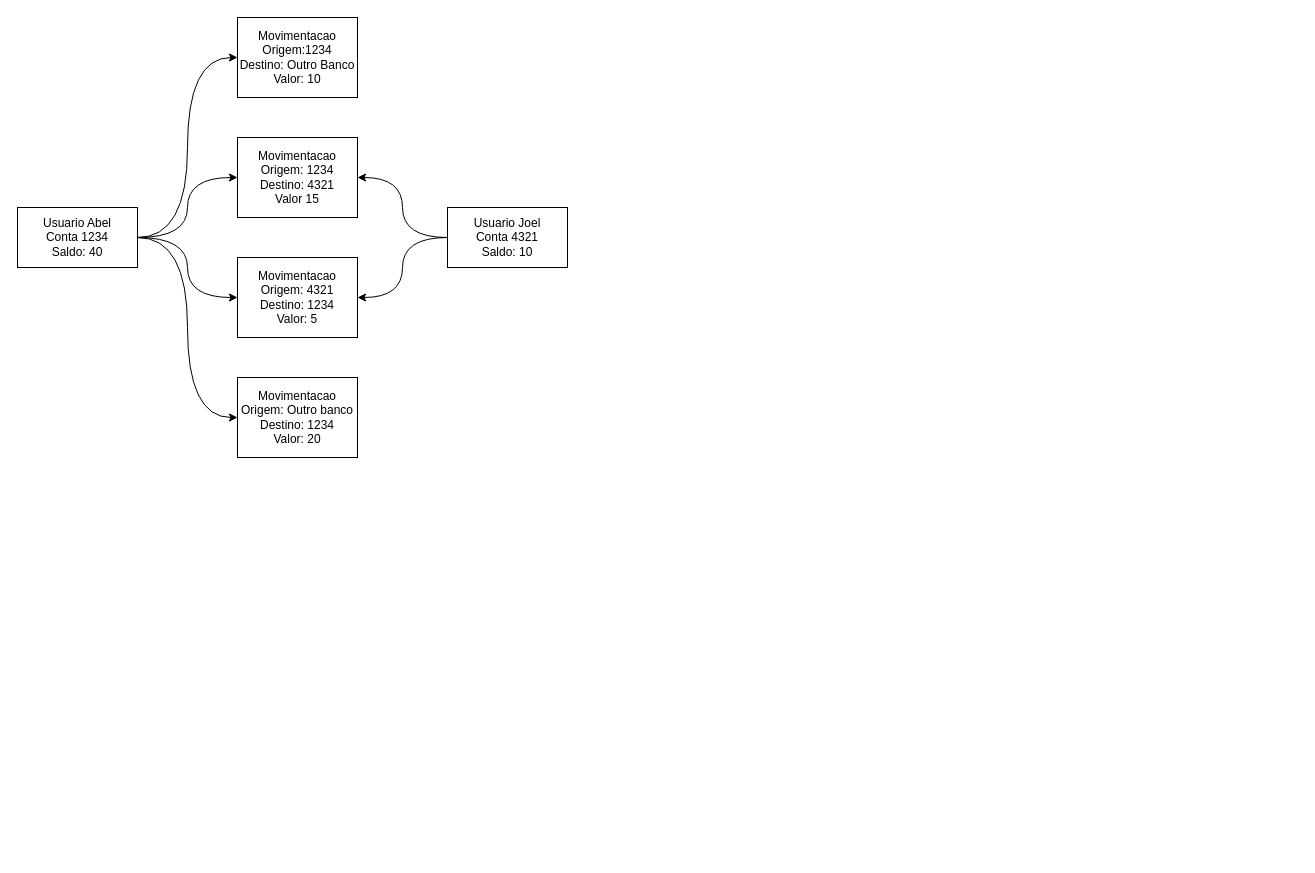
The draw.io diagram Diagrama sem nome.drawio in nelson1987/zero_To_hero, before the edit. Source tidied: cells renumbered, new cells numbered last; positions are measured from the earlier drawing's top-left corner, leaving out a move shared by most shapes. Both pictures are drawn from the tidied source at 100%, with x=0, y=0 at pixel (17, 17).
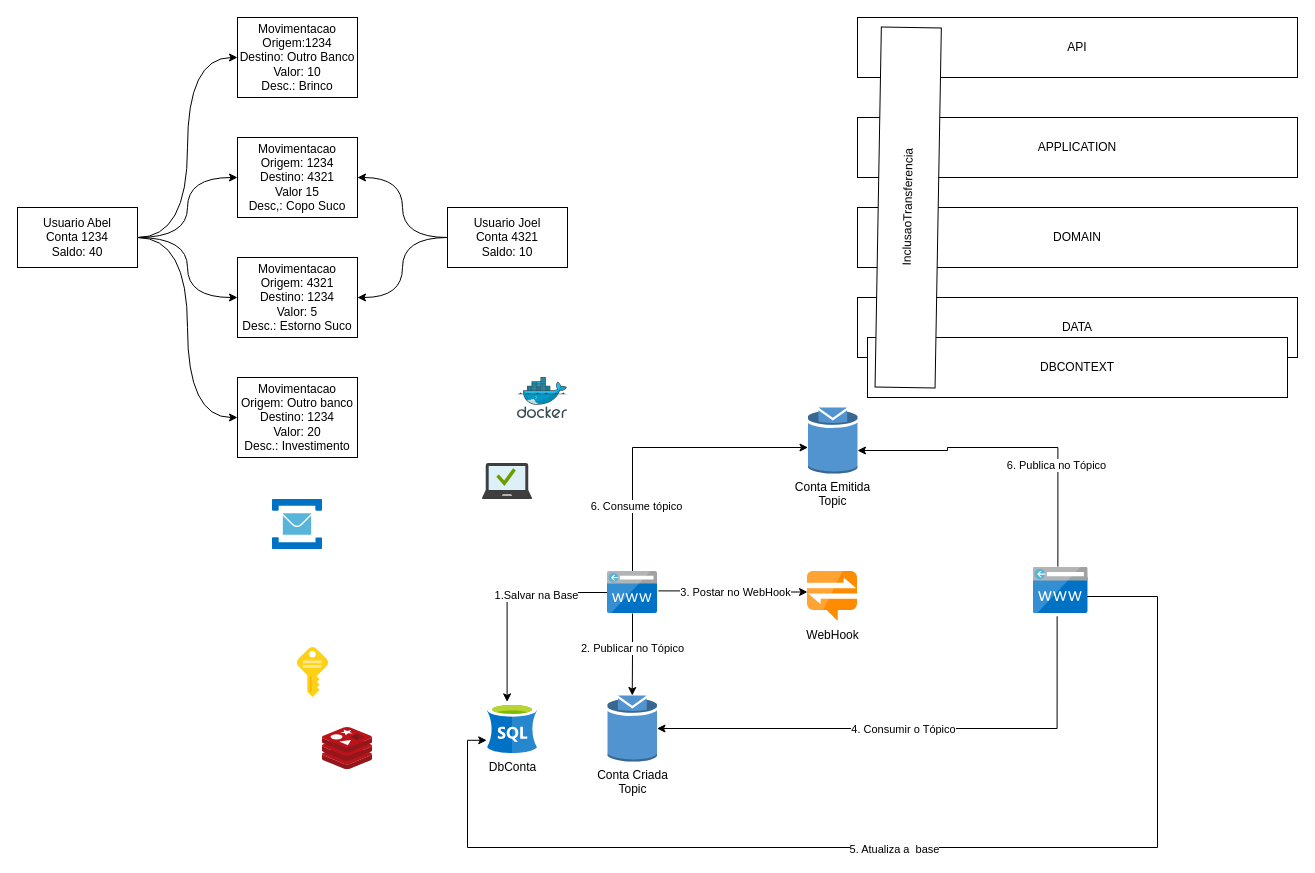
The same page after the edit.

Diff of the diagram source:
```diff
@@
-    <mxCell id="7" value="Movimentacao&lt;br&gt;Origem:1234&lt;br&gt;Destino: Outro Banco&lt;br&gt;Valor: 10" style="rounded=0;whiteSpace=wrap;html=1;" parent="1" vertex="1">
+    <mxCell id="7" value="Movimentacao&lt;br&gt;Origem:1234&lt;br&gt;Destino: Outro Banco&lt;br&gt;Valor: 10&lt;br&gt;Desc.: Brinco" style="rounded=0;whiteSpace=wrap;html=1;" parent="1" vertex="1">
       <mxGeometry x="220" width="120" height="80" as="geometry" />
     </mxCell>
-    <mxCell id="8" value="Movimentacao&lt;br&gt;Origem: 1234&lt;br&gt;Destino: 4321&lt;br&gt;Valor 15" style="rounded=0;whiteSpace=wrap;html=1;" parent="1" vertex="1">
+    <mxCell id="8" value="Movimentacao&lt;br&gt;Origem: 1234&lt;br&gt;Destino: 4321&lt;br&gt;Valor 15&lt;br&gt;Desc,: Copo Suco" style="rounded=0;whiteSpace=wrap;html=1;" parent="1" vertex="1">
       <mxGeometry x="220" y="120" width="120" height="80" as="geometry" />
     </mxCell>
-    <mxCell id="9" value="Movimentacao&lt;br&gt;Origem: 4321&lt;br&gt;Destino: 1234&lt;br&gt;Valor: 5" style="rounded=0;whiteSpace=wrap;html=1;" parent="1" vertex="1">
+    <mxCell id="9" value="Movimentacao&lt;br&gt;Origem: 4321&lt;br&gt;Destino: 1234&lt;br&gt;Valor: 5&lt;br&gt;Desc.: Estorno Suco" style="rounded=0;whiteSpace=wrap;html=1;" parent="1" vertex="1">
       <mxGeometry x="220" y="240" width="120" height="80" as="geometry" />
     </mxCell>
-    <mxCell id="10" value="Movimentacao&lt;br&gt;Origem: Outro banco&lt;br&gt;Destino: 1234&lt;br&gt;Valor: 20" style="rounded=0;whiteSpace=wrap;html=1;" parent="1" vertex="1">
+    <mxCell id="10" value="Movimentacao&lt;br&gt;Origem: Outro banco&lt;br&gt;Destino: 1234&lt;br&gt;Valor: 20&lt;br&gt;Desc.: Investimento" style="rounded=0;whiteSpace=wrap;html=1;" parent="1" vertex="1">
       <mxGeometry x="220" y="360" width="120" height="80" as="geometry" />
     </mxCell>
@@
+    <mxCell id="14" value="API" style="rounded=0;whiteSpace=wrap;html=1;" parent="1" vertex="1">
+      <mxGeometry x="840" width="440" height="60" as="geometry" />
+    </mxCell>
+    <mxCell id="15" value="DATA" style="rounded=0;whiteSpace=wrap;html=1;" parent="1" vertex="1">
+      <mxGeometry x="840" y="280" width="440" height="60" as="geometry" />
+    </mxCell>
+    <mxCell id="16" value="DOMAIN" style="rounded=0;whiteSpace=wrap;html=1;" parent="1" vertex="1">
+      <mxGeometry x="840" y="190" width="440" height="60" as="geometry" />
+    </mxCell>
+    <mxCell id="17" value="APPLICATION" style="rounded=0;whiteSpace=wrap;html=1;" parent="1" vertex="1">
+      <mxGeometry x="840" y="100" width="440" height="60" as="geometry" />
+    </mxCell>
+    <mxCell id="18" value="DBCONTEXT" style="rounded=0;whiteSpace=wrap;html=1;" parent="1" vertex="1">
+      <mxGeometry x="850" y="320" width="420" height="60" as="geometry" />
+    </mxCell>
+    <mxCell id="19" value="InclusaoTransferencia" style="rounded=0;whiteSpace=wrap;html=1;rotation=-89;" parent="1" vertex="1">
+      <mxGeometry x="710.7" y="160" width="360" height="60" as="geometry" />
+    </mxCell>
+    <mxCell id="20" style="edgeStyle=orthogonalEdgeStyle;rounded=0;jettySize=auto;html=1;entryX=0;entryY=0.41;entryDx=0;entryDy=0;entryPerimeter=0;exitX=1.017;exitY=0.462;exitDx=0;exitDy=0;exitPerimeter=0;" parent="1" edge="1" source="40" target="42">
+      <mxGeometry relative="1" as="geometry" />
+    </mxCell>
+    <mxCell id="21" value="3. Postar no WebHook" style="edgeLabel;html=1;align=center;verticalAlign=middle;" parent="20" vertex="1">
+      <mxGeometry x="0.04" relative="1" as="geometry" />
+    </mxCell>
+    <mxCell id="22" style="edgeStyle=orthogonalEdgeStyle;rounded=0;jettySize=auto;html=1;entryX=1;entryY=0.5;entryDx=0;entryDy=0;entryPerimeter=0;exitX=0.449;exitY=-0.013;exitDx=0;exitDy=0;exitPerimeter=0;" parent="1" edge="1" source="44">
+      <mxGeometry relative="1" as="geometry">
+        <mxPoint x="840" y="433" as="targetPoint" />
+        <Array as="points">
+          <mxPoint x="1040" y="430" />
+          <mxPoint x="930" y="430" />
+          <mxPoint x="930" y="433" />
+        </Array>
+      </mxGeometry>
+    </mxCell>
+    <mxCell id="23" value="6. Publica no Tópico" style="edgeLabel;html=1;align=center;verticalAlign=middle;" parent="22" vertex="1">
+      <mxGeometry x="-0.37" y="2" relative="1" as="geometry" />
+    </mxCell>
+    <mxCell id="24" style="edgeStyle=orthogonalEdgeStyle;rounded=0;jettySize=auto;html=1;exitX=0.435;exitY=1.061;exitDx=0;exitDy=0;exitPerimeter=0;" parent="1" edge="1" source="44" target="41">
+      <mxGeometry relative="1" as="geometry">
+        <Array as="points">
+          <mxPoint x="1040" y="711" />
+        </Array>
+      </mxGeometry>
+    </mxCell>
+    <mxCell id="25" value="4. Consumir o Tópico" style="edgeLabel;html=1;align=center;verticalAlign=middle;" parent="24" vertex="1">
+      <mxGeometry x="0.04" relative="1" as="geometry" />
+    </mxCell>
+    <mxCell id="26" style="edgeStyle=orthogonalEdgeStyle;rounded=0;jettySize=auto;html=1;entryX=-0.016;entryY=0.736;entryDx=0;entryDy=0;entryPerimeter=0;exitX=0.973;exitY=0.662;exitDx=0;exitDy=0;exitPerimeter=0;" parent="1" edge="1" source="44" target="30">
+      <mxGeometry relative="1" as="geometry">
+        <Array as="points">
+          <mxPoint x="1069" y="579" />
+          <mxPoint x="1140" y="579" />
+          <mxPoint x="1140" y="830" />
+          <mxPoint x="450" y="830" />
+          <mxPoint x="450" y="723" />
+        </Array>
+      </mxGeometry>
+    </mxCell>
+    <mxCell id="27" value="5. Atualiza a&amp;nbsp; base" style="edgeLabel;html=1;align=center;verticalAlign=middle;" parent="26" vertex="1">
+      <mxGeometry x="0.03" y="1" relative="1" as="geometry" />
+    </mxCell>
+    <mxCell id="28" style="image;sketch=0;html=1;align=center;fontSize=12;image=img/lib/mscae/Cache_Redis_Product.svg;" parent="1" vertex="1">
+      <mxGeometry x="305" y="710" width="50" height="42" as="geometry" />
+    </mxCell>
+    <mxCell id="29" style="image;sketch=0;html=1;align=center;fontSize=12;image=img/lib/mscae/Docker.svg;" parent="1" vertex="1">
+      <mxGeometry x="500" y="360" width="50" height="41" as="geometry" />
+    </mxCell>
+    <mxCell id="30" value="DbConta" style="image;sketch=0;html=1;points=[];align=center;fontSize=12;image=img/lib/mscae/dep/SQL_Server_Stretch_DB.svg;" parent="1" vertex="1">
+      <mxGeometry x="470" y="686" width="50" height="50" as="geometry" />
+    </mxCell>
+    <mxCell id="31" style="image;sketch=0;html=1;align=center;fontSize=12;image=img/lib/mscae/Key.svg;" parent="1" vertex="1">
+      <mxGeometry x="280" y="630" width="31" height="50" as="geometry" />
+    </mxCell>
+    <mxCell id="32" style="image;sketch=0;html=1;align=center;fontSize=12;image=img/lib/mscae/Service_Bus.svg;" parent="1" vertex="1">
+      <mxGeometry x="255" y="482" width="50" height="50" as="geometry" />
+    </mxCell>
+    <mxCell id="33" style="image;sketch=0;html=1;align=center;fontSize=12;image=img/lib/mscae/Managed_Desktop.svg;" parent="1" vertex="1">
+      <mxGeometry x="465" y="446" width="50" height="36" as="geometry" />
+    </mxCell>
+    <mxCell id="34" style="edgeStyle=orthogonalEdgeStyle;rounded=0;jettySize=auto;html=1;entryX=0.5;entryY=0;entryDx=0;entryDy=0;entryPerimeter=0;" parent="1" edge="1" source="40" target="41">
+      <mxGeometry relative="1" as="geometry" />
+    </mxCell>
+    <mxCell id="35" value="2. Publicar no Tópico" style="edgeLabel;html=1;align=center;verticalAlign=middle;" parent="34" vertex="1">
+      <mxGeometry x="-0.17" y="-1" relative="1" as="geometry" />
+    </mxCell>
+    <mxCell id="36" style="edgeStyle=orthogonalEdgeStyle;rounded=0;jettySize=auto;html=1;entryX=0.392;entryY=-0.032;entryDx=0;entryDy=0;entryPerimeter=0;" parent="1" edge="1" source="40" target="30">
+      <mxGeometry relative="1" as="geometry" />
+    </mxCell>
+    <mxCell id="37" value="1.Salvar na Base" style="edgeLabel;html=1;align=center;verticalAlign=middle;" parent="36" vertex="1">
+      <mxGeometry x="-0.31" y="2" relative="1" as="geometry" />
+    </mxCell>
+    <mxCell id="38" style="edgeStyle=orthogonalEdgeStyle;rounded=0;jettySize=auto;html=1;" parent="1" edge="1" source="40" target="43">
+      <mxGeometry relative="1" as="geometry">
+        <Array as="points">
+          <mxPoint x="615" y="430" />
+        </Array>
+      </mxGeometry>
+    </mxCell>
+    <mxCell id="39" value="6. Consume tópico" style="edgeLabel;html=1;align=center;verticalAlign=middle;" parent="38" vertex="1">
+      <mxGeometry x="-0.56" y="-3" relative="1" as="geometry" />
+    </mxCell>
+    <mxCell id="40" style="image;sketch=0;html=1;points=[];align=center;fontSize=12;image=img/lib/mscae/CustomDomain.svg;" parent="1" vertex="1">
+      <mxGeometry x="590" y="554" width="50" height="42" as="geometry" />
+    </mxCell>
+    <mxCell id="41" value="Conta Criada &lt;br&gt;Topic" style="outlineConnect=0;dashed=0;verticalLabelPosition=bottom;verticalAlign=top;align=center;html=1;shape=mxgraph.aws3.topic;fillColor=#5294CF;gradientColor=none;" parent="1" vertex="1">
+      <mxGeometry x="590" y="678" width="49.5" height="66" as="geometry" />
+    </mxCell>
+    <mxCell id="42" value="WebHook" style="image;sketch=0;html=1;points=[];align=center;fontSize=12;image=img/lib/mscae/Notification_Hubs.svg;" parent="1" vertex="1">
+      <mxGeometry x="790" y="554" width="50" height="50" as="geometry" />
+    </mxCell>
+    <mxCell id="43" value="Conta Emitida&lt;br&gt;Topic" style="outlineConnect=0;dashed=0;verticalLabelPosition=bottom;verticalAlign=top;align=center;html=1;shape=mxgraph.aws3.topic;fillColor=#5294CF;gradientColor=none;" parent="1" vertex="1">
+      <mxGeometry x="790.5" y="390" width="49.5" height="66" as="geometry" />
+    </mxCell>
+    <mxCell id="44" style="image;sketch=0;html=1;points=[];align=center;fontSize=12;image=img/lib/mscae/CustomDomain.svg;" parent="1" vertex="1">
+      <mxGeometry x="1015.7" y="549.8" width="55" height="46.2" as="geometry" />
+    </mxCell>
```
